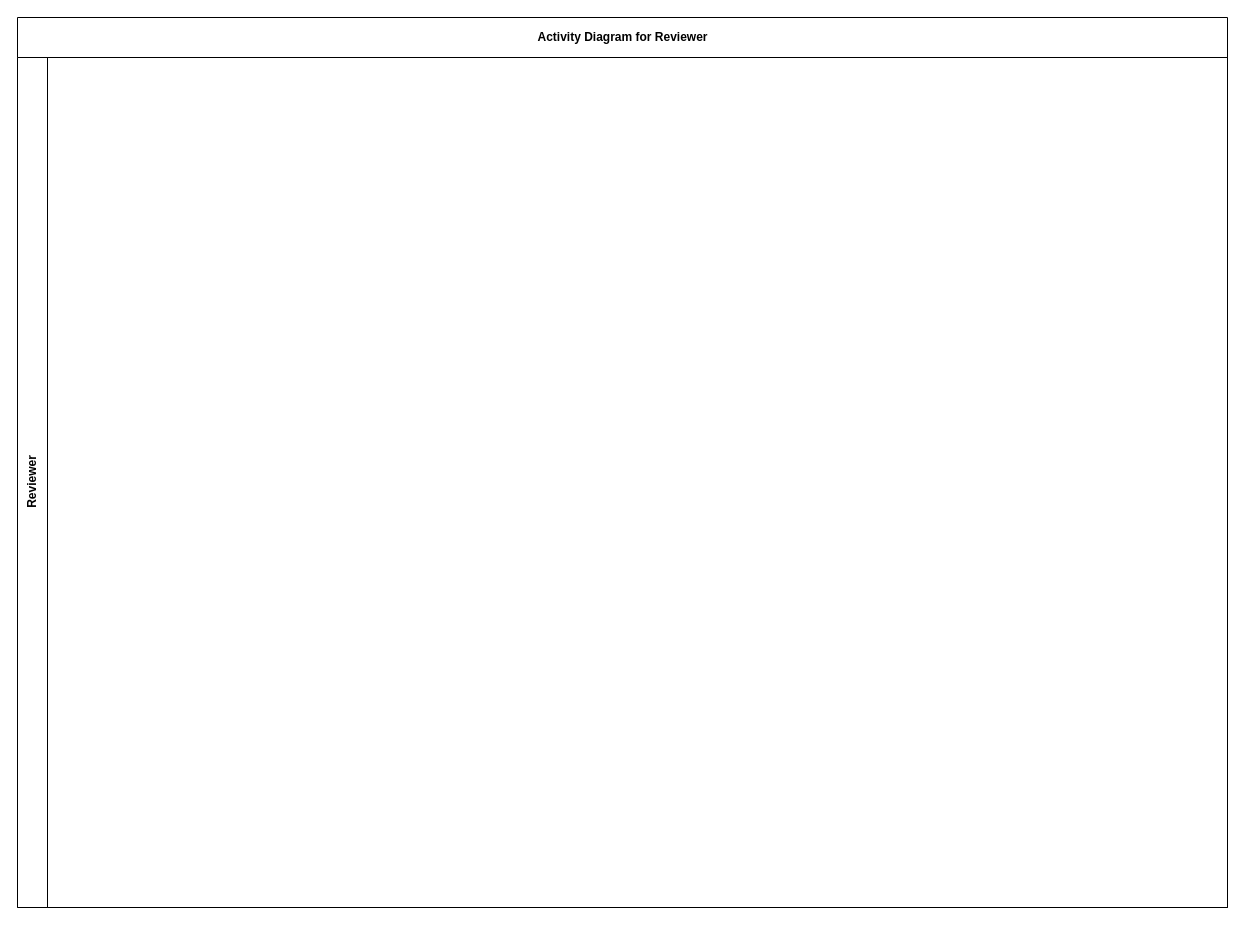
This is UML Diagram/Swimlane Activity Diagram for Reviewer's Activities/Swimlane Activity Diagram for Reviewer's Activities.drawio from KavinduAmalka/Conference-Management-System, a draw.io file, before an edit. Source tidied: cells renumbered, new cells numbered last; positions are measured from the earlier drawing's top-left corner, leaving out a move shared by most shapes. Both pictures are drawn from the tidied source at 100%, with x=0, y=0 at pixel (17, 17).
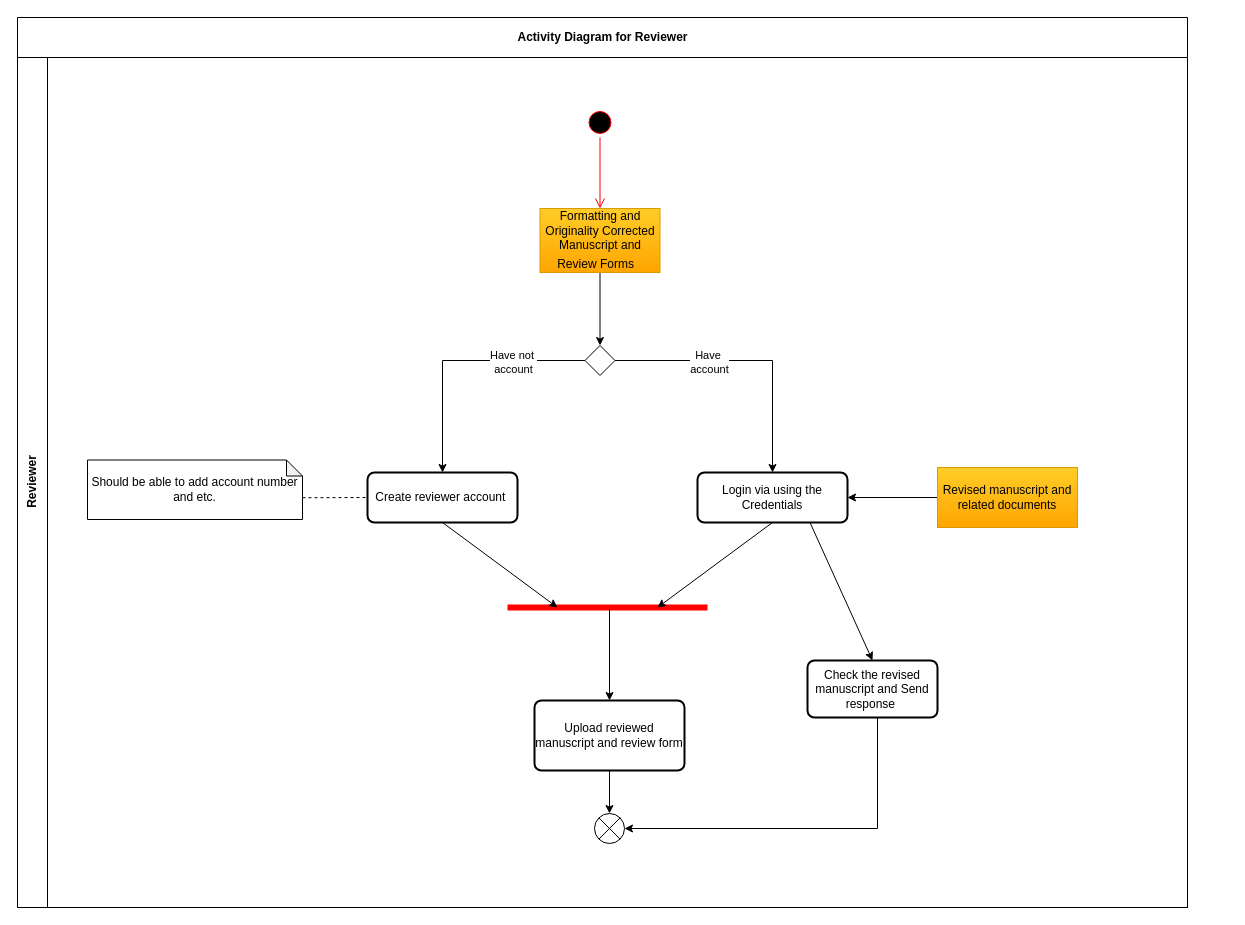
The same page after the edit.

Change to the diagram source:
```diff
@@
     <mxCell id="2" value="Activity Diagram for Reviewer" style="swimlane;horizontal=1;startSize=40;html=1;" parent="1" vertex="1">
-      <mxGeometry width="1210" height="890" as="geometry" />
+      <mxGeometry width="1170" height="890" as="geometry" />
     </mxCell>
     <mxCell id="3" value="Reviewer" style="swimlane;startSize=30;horizontal=0;html=1;" parent="2" vertex="1">
-      <mxGeometry y="40" width="1210" height="850" as="geometry" />
+      <mxGeometry y="40" width="1170" height="850" as="geometry" />
     </mxCell>
+    <mxCell id="4" style="edgeStyle=orthogonalEdgeStyle;rounded=0;jettySize=auto;html=1;entryX=0.5;entryY=0;entryDx=0;entryDy=0;" parent="3" edge="1" source="5" target="21">
+      <mxGeometry relative="1" as="geometry" />
+    </mxCell>
+    <mxCell id="5" value="&lt;font&gt;Formatting and Originality Corrected Manuscript&amp;nbsp;&lt;font style=&quot;&quot;&gt;and Review Forms&lt;/font&gt;&lt;/font&gt;&lt;span style=&quot;font-size: 16px;&quot;&gt;&amp;nbsp;&amp;nbsp;&lt;/span&gt;" style="rounded=0;whiteSpace=wrap;html=1;fillColor=#ffcd28;gradientColor=#ffa500;strokeColor=#d79b00;" parent="3" vertex="1">
+      <mxGeometry x="522.5" y="151" width="120" height="64" as="geometry" />
+    </mxCell>
+    <mxCell id="6" value="Login via using the Credentials" style="rounded=1;whiteSpace=wrap;html=1;absoluteArcSize=1;arcSize=14;strokeWidth=2;" parent="3" vertex="1">
+      <mxGeometry x="680" y="415" width="150" height="50" as="geometry" />
+    </mxCell>
+    <mxCell id="7" style="edgeStyle=orthogonalEdgeStyle;rounded=0;jettySize=auto;html=1;entryX=0.5;entryY=0;entryDx=0;entryDy=0;exitX=1;exitY=0.5;exitDx=0;exitDy=0;" parent="3" edge="1" source="21" target="6">
+      <mxGeometry relative="1" as="geometry" />
+    </mxCell>
+    <mxCell id="8" value="Have&amp;nbsp;&lt;div&gt;&lt;span style=&quot;background-color: light-dark(#ffffff, var(--ge-dark-color, #121212)); color: light-dark(rgb(0, 0, 0), rgb(255, 255, 255));&quot;&gt;account&lt;/span&gt;&lt;/div&gt;" style="edgeLabel;html=1;align=center;verticalAlign=middle;" parent="7" vertex="1">
+      <mxGeometry x="-0.3" y="3" relative="1" as="geometry">
+        <mxPoint y="4" as="offset" />
+      </mxGeometry>
+    </mxCell>
+    <mxCell id="9" value="Create reviewer account&amp;nbsp;" style="rounded=1;whiteSpace=wrap;html=1;absoluteArcSize=1;arcSize=14;strokeWidth=2;" parent="3" vertex="1">
+      <mxGeometry x="350" y="415" width="150" height="50" as="geometry" />
+    </mxCell>
+    <mxCell id="10" style="edgeStyle=orthogonalEdgeStyle;rounded=0;jettySize=auto;html=1;entryX=0.5;entryY=0;entryDx=0;entryDy=0;exitX=0;exitY=0.5;exitDx=0;exitDy=0;" parent="3" edge="1" source="21" target="9">
+      <mxGeometry relative="1" as="geometry" />
+    </mxCell>
+    <mxCell id="11" value="Have not&amp;nbsp;&lt;div&gt;account&lt;/div&gt;" style="edgeLabel;html=1;align=center;verticalAlign=middle;" parent="10" vertex="1">
+      <mxGeometry y="-1" relative="1" as="geometry">
+        <mxPoint x="55" y="2" as="offset" />
+      </mxGeometry>
+    </mxCell>
+    <mxCell id="12" style="shape=line;html=1;strokeWidth=6;strokeColor=#ff0000;" parent="3" vertex="1">
+      <mxGeometry x="490" y="545" width="200" height="10" as="geometry" />
+    </mxCell>
+    <mxCell id="13" style="endArrow=classic;html=1;rounded=0;exitX=0.5;exitY=1;exitDx=0;exitDy=0;entryX=0.25;entryY=0.5;entryDx=0;entryDy=0;entryPerimeter=0;" parent="3" edge="1" source="9" target="12">
+      <mxGeometry relative="1" as="geometry" />
+    </mxCell>
+    <mxCell id="14" style="endArrow=classic;html=1;rounded=0;exitX=0.5;exitY=1;exitDx=0;exitDy=0;entryX=0.75;entryY=0.5;entryDx=0;entryDy=0;entryPerimeter=0;" parent="3" edge="1" source="6" target="12">
+      <mxGeometry relative="1" as="geometry" />
+    </mxCell>
+    <mxCell id="15" style="edgeStyle=orthogonalEdgeStyle;rounded=0;jettySize=auto;html=1;" parent="3" edge="1" source="16" target="25">
+      <mxGeometry relative="1" as="geometry" />
+    </mxCell>
+    <mxCell id="16" value="Upload reviewed manuscript and review form" style="rounded=1;whiteSpace=wrap;html=1;absoluteArcSize=1;arcSize=14;strokeWidth=2;" parent="3" vertex="1">
+      <mxGeometry x="517" y="643" width="150" height="70" as="geometry" />
+    </mxCell>
+    <mxCell id="17" value="Should be able to add account number and etc." style="shape=note;whiteSpace=wrap;html=1;backgroundOutline=1;darkOpacity=0.05;size=16;" parent="3" vertex="1">
+      <mxGeometry x="70" y="402.5" width="215" height="59.5" as="geometry" />
+    </mxCell>
+    <mxCell id="18" style="endArrow=none;dashed=1;html=1;rounded=0;exitX=0;exitY=0;exitDx=215;exitDy=37.75;exitPerimeter=0;entryX=0;entryY=0.5;entryDx=0;entryDy=0;" parent="3" edge="1" source="17" target="9">
+      <mxGeometry relative="1" as="geometry" />
+    </mxCell>
+    <mxCell id="19" style="ellipse;html=1;shape=startState;fillColor=#000000;strokeColor=#ff0000;" parent="3" vertex="1">
+      <mxGeometry x="567.5" y="50" width="30" height="30" as="geometry" />
+    </mxCell>
+    <mxCell id="20" style="edgeStyle=orthogonalEdgeStyle;html=1;verticalAlign=bottom;endArrow=open;endSize=8;strokeColor=#ff0000;rounded=0;entryX=0.5;entryY=0;entryDx=0;entryDy=0;" parent="3" edge="1" source="19" target="5">
+      <mxGeometry relative="1" as="geometry" />
+    </mxCell>
+    <mxCell id="21" style="rhombus;" parent="3" vertex="1">
+      <mxGeometry x="567.5" y="288" width="30" height="30" as="geometry" />
+    </mxCell>
+    <mxCell id="22" style="endArrow=classic;html=1;rounded=0;exitX=0.51;exitY=0.648;exitDx=0;exitDy=0;exitPerimeter=0;entryX=0.5;entryY=0;entryDx=0;entryDy=0;" parent="3" edge="1" source="12" target="16">
+      <mxGeometry relative="1" as="geometry" />
+    </mxCell>
+    <mxCell id="23" style="edgeStyle=orthogonalEdgeStyle;rounded=0;jettySize=auto;html=1;entryX=1;entryY=0.5;entryDx=0;entryDy=0;" parent="3" edge="1" source="24" target="6">
+      <mxGeometry relative="1" as="geometry" />
+    </mxCell>
+    <mxCell id="24" value="&lt;font&gt;Revised manuscript and related documents&lt;/font&gt;" style="rounded=0;whiteSpace=wrap;html=1;fillColor=#ffcd28;gradientColor=#ffa500;strokeColor=#d79b00;" parent="3" vertex="1">
+      <mxGeometry x="920" y="410" width="140" height="60" as="geometry" />
+    </mxCell>
+    <mxCell id="25" style="shape=sumEllipse;perimeter=ellipsePerimeter;html=1;backgroundOutline=1;" parent="3" vertex="1">
+      <mxGeometry x="577" y="756" width="30" height="30" as="geometry" />
+    </mxCell>
+    <mxCell id="26" style="edgeStyle=orthogonalEdgeStyle;rounded=0;jettySize=auto;html=1;entryX=1;entryY=0.5;entryDx=0;entryDy=0;" parent="3" edge="1" source="27" target="25">
+      <mxGeometry relative="1" as="geometry">
+        <Array as="points">
+          <mxPoint x="860" y="771" />
+        </Array>
+      </mxGeometry>
+    </mxCell>
+    <mxCell id="27" value="&lt;font&gt;Check the revised manuscript and Send response&amp;nbsp;&lt;/font&gt;" style="rounded=1;whiteSpace=wrap;html=1;absoluteArcSize=1;arcSize=14;strokeWidth=2;" parent="3" vertex="1">
+      <mxGeometry x="790" y="603" width="130" height="57" as="geometry" />
+    </mxCell>
+    <mxCell id="28" style="endArrow=classic;html=1;rounded=0;entryX=0.5;entryY=0;entryDx=0;entryDy=0;exitX=0.75;exitY=1;exitDx=0;exitDy=0;" parent="3" edge="1" source="6" target="27">
+      <mxGeometry relative="1" as="geometry" />
+    </mxCell>
```
